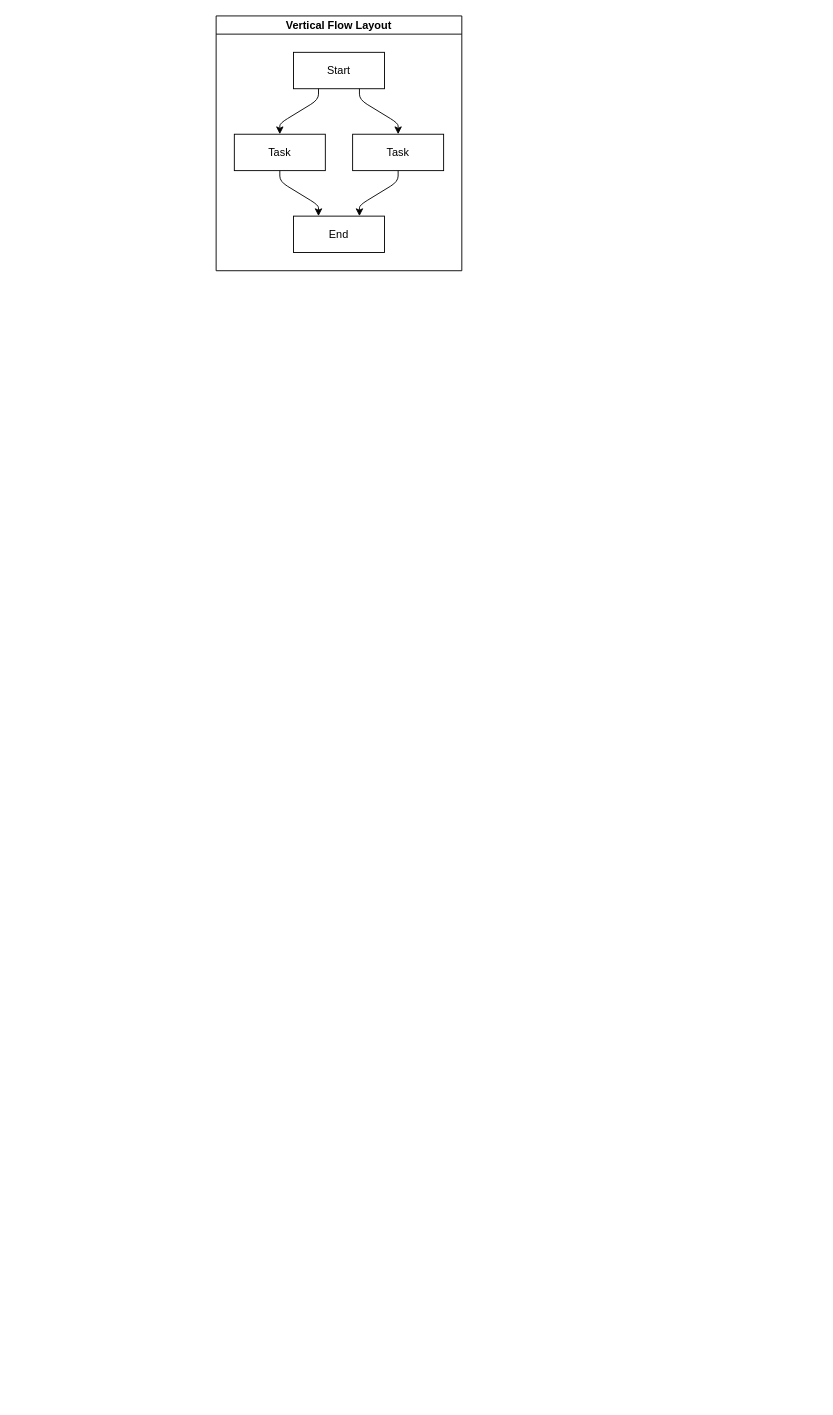
The draw.io diagram page "第 2 页" (2 of 2) of 1233344444.drawio in Quixote-Demo/demo, before the edit. Source tidied: cells renumbered, new cells numbered last; positions are measured from the earlier drawing's top-left corner, leaving out a move shared by most shapes. Both pictures are drawn from the tidied source at 91%, with x=0, y=0 at pixel (216, 15).
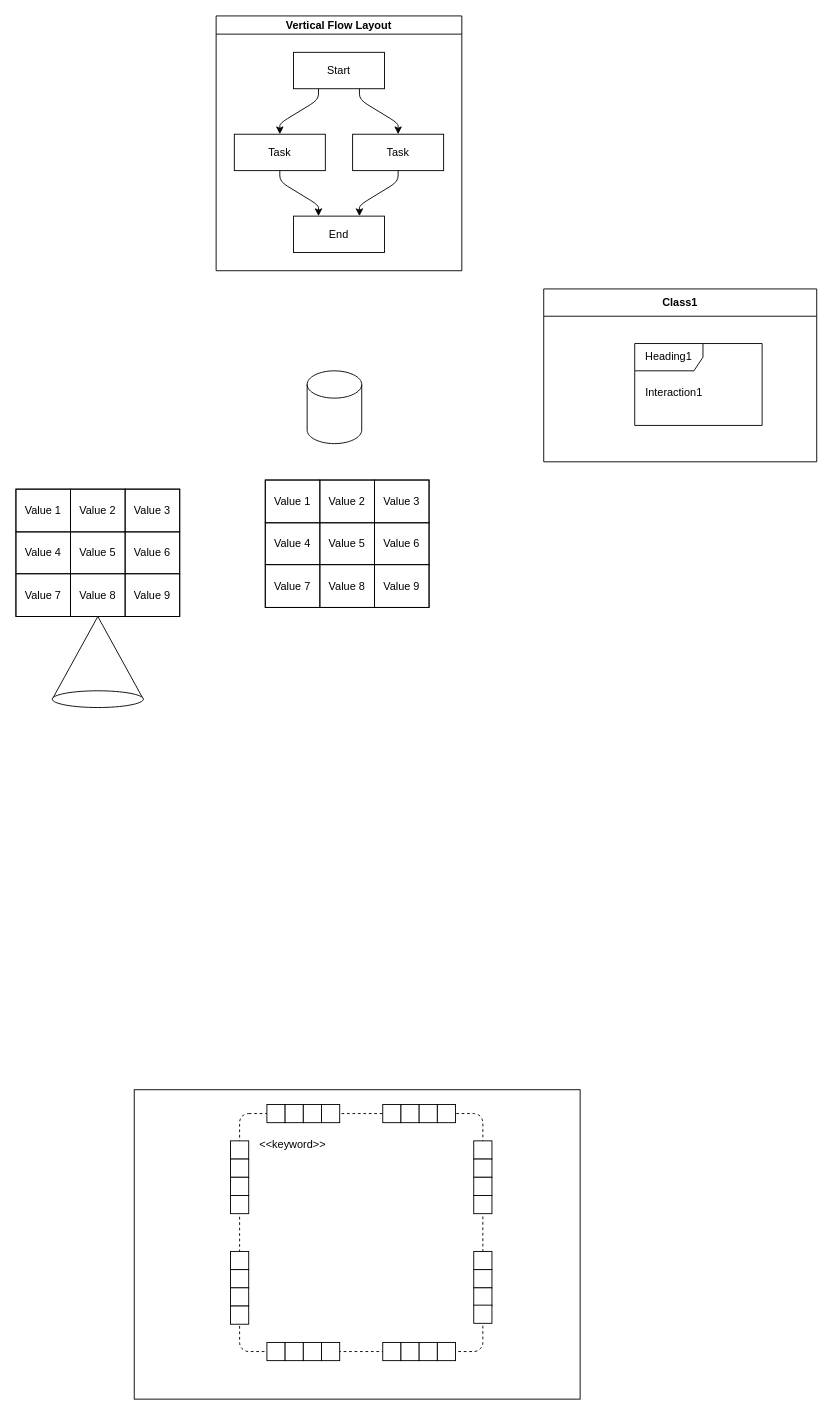
The same page after the edit.

Diff of the diagram source:
```diff
@@
+    <mxCell id="11" value="Class1" style="swimlane;fontStyle=1;align=center;horizontal=1;startSize=30;html=1;whiteSpace=wrap;" parent="1" vertex="1">
+      <mxGeometry x="360" y="300" width="300" height="190" as="geometry" />
+    </mxCell>
+    <mxCell id="12" value="Heading1" style="shape=umlFrame;whiteSpace=wrap;html=1;width=75;height=30;" parent="11" vertex="1">
+      <mxGeometry width="140" height="90" relative="1" as="geometry">
+        <mxPoint x="100" y="60" as="offset" />
+      </mxGeometry>
+    </mxCell>
+    <mxCell id="13" value="Interaction1" style="text;align=left;html=1;" parent="12" vertex="1">
+      <mxGeometry width="100" height="20" relative="1" as="geometry">
+        <mxPoint x="10" y="40" as="offset" />
+      </mxGeometry>
+    </mxCell>
+    <mxCell id="14" style="childLayout=tableLayout;shadow=0;fillColor=none;" parent="1" vertex="1">
+      <mxGeometry x="54" y="510" width="180" height="140" as="geometry" />
+    </mxCell>
+    <mxCell id="15" style="shape=tableRow;horizontal=0;startSize=0;swimlaneHead=0;swimlaneBody=0;top=0;left=0;bottom=0;right=0;fontStyle=0;fillColor=none;strokeColor=inherit;" parent="14" vertex="1">
+      <mxGeometry width="180" height="47" as="geometry" />
+    </mxCell>
+    <mxCell id="16" value="Value 1" style="strokeColor=inherit;fillColor=none;align=center;whiteSpace=wrap;html=1;" parent="15" vertex="1">
+      <mxGeometry width="60" height="47" as="geometry" />
+    </mxCell>
+    <mxCell id="17" value="Value 2" style="strokeColor=inherit;fillColor=none;align=center;whiteSpace=wrap;html=1;" parent="15" vertex="1">
+      <mxGeometry x="60" width="60" height="47" as="geometry" />
+    </mxCell>
+    <mxCell id="18" value="Value 3" style="strokeColor=inherit;fillColor=none;align=center;whiteSpace=wrap;html=1;" parent="15" vertex="1">
+      <mxGeometry x="120" width="60" height="47" as="geometry" />
+    </mxCell>
+    <mxCell id="19" style="shape=tableRow;horizontal=0;startSize=0;swimlaneHead=0;swimlaneBody=0;top=0;left=0;bottom=0;right=0;fontStyle=0;fillColor=none;strokeColor=inherit;" parent="14" vertex="1">
+      <mxGeometry y="47" width="180" height="46" as="geometry" />
+    </mxCell>
+    <mxCell id="20" value="Value 4" style="strokeColor=inherit;fillColor=none;align=center;whiteSpace=wrap;html=1;" parent="19" vertex="1">
+      <mxGeometry width="60" height="46" as="geometry" />
+    </mxCell>
+    <mxCell id="21" value="Value 5" style="strokeColor=inherit;fillColor=none;align=center;whiteSpace=wrap;html=1;" parent="19" vertex="1">
+      <mxGeometry x="60" width="60" height="46" as="geometry" />
+    </mxCell>
+    <mxCell id="22" value="Value 6" style="strokeColor=inherit;fillColor=none;align=center;whiteSpace=wrap;html=1;" parent="19" vertex="1">
+      <mxGeometry x="120" width="60" height="46" as="geometry" />
+    </mxCell>
+    <mxCell id="23" style="shape=tableRow;horizontal=0;startSize=0;swimlaneHead=0;swimlaneBody=0;top=0;left=0;bottom=0;right=0;fontStyle=0;fillColor=none;strokeColor=inherit;" parent="14" vertex="1">
+      <mxGeometry y="93" width="180" height="47" as="geometry" />
+    </mxCell>
+    <mxCell id="24" value="Value 7" style="strokeColor=inherit;fillColor=none;align=center;whiteSpace=wrap;html=1;" parent="23" vertex="1">
+      <mxGeometry width="60" height="47" as="geometry" />
+    </mxCell>
+    <mxCell id="25" value="Value 8" style="strokeColor=inherit;fillColor=none;align=center;whiteSpace=wrap;html=1;" parent="23" vertex="1">
+      <mxGeometry x="60" width="60" height="47" as="geometry" />
+    </mxCell>
+    <mxCell id="26" value="Value 9" style="strokeColor=inherit;fillColor=none;align=center;whiteSpace=wrap;html=1;" parent="23" vertex="1">
+      <mxGeometry x="120" width="60" height="47" as="geometry" />
+    </mxCell>
+    <mxCell id="27" style="shape=cylinder3;whiteSpace=wrap;html=1;boundedLbl=1;backgroundOutline=1;size=15;" parent="1" vertex="1">
+      <mxGeometry x="100" y="390" width="60" height="80" as="geometry" />
+    </mxCell>
+    <mxCell id="28" style="childLayout=tableLayout;shadow=0;fillColor=none;" parent="1" vertex="1">
+      <mxGeometry x="-220" y="520" width="180" height="140" as="geometry" />
+    </mxCell>
+    <mxCell id="29" style="shape=tableRow;horizontal=0;startSize=0;swimlaneHead=0;swimlaneBody=0;top=0;left=0;bottom=0;right=0;fontStyle=0;fillColor=none;strokeColor=inherit;" parent="28" vertex="1">
+      <mxGeometry width="180" height="47" as="geometry" />
+    </mxCell>
+    <mxCell id="30" value="Value 1" style="strokeColor=inherit;fillColor=none;align=center;whiteSpace=wrap;html=1;" parent="29" vertex="1">
+      <mxGeometry width="60" height="47" as="geometry" />
+    </mxCell>
+    <mxCell id="31" value="Value 2" style="strokeColor=inherit;fillColor=none;align=center;whiteSpace=wrap;html=1;" parent="29" vertex="1">
+      <mxGeometry x="60" width="60" height="47" as="geometry" />
+    </mxCell>
+    <mxCell id="32" value="Value 3" style="strokeColor=inherit;fillColor=none;align=center;whiteSpace=wrap;html=1;" parent="29" vertex="1">
+      <mxGeometry x="120" width="60" height="47" as="geometry" />
+    </mxCell>
+    <mxCell id="33" style="shape=tableRow;horizontal=0;startSize=0;swimlaneHead=0;swimlaneBody=0;top=0;left=0;bottom=0;right=0;fontStyle=0;fillColor=none;strokeColor=inherit;" parent="28" vertex="1">
+      <mxGeometry y="47" width="180" height="46" as="geometry" />
+    </mxCell>
+    <mxCell id="34" value="Value 4" style="strokeColor=inherit;fillColor=none;align=center;whiteSpace=wrap;html=1;" parent="33" vertex="1">
+      <mxGeometry width="60" height="46" as="geometry" />
+    </mxCell>
+    <mxCell id="35" value="Value 5" style="strokeColor=inherit;fillColor=none;align=center;whiteSpace=wrap;html=1;" parent="33" vertex="1">
+      <mxGeometry x="60" width="60" height="46" as="geometry" />
+    </mxCell>
+    <mxCell id="36" value="Value 6" style="strokeColor=inherit;fillColor=none;align=center;whiteSpace=wrap;html=1;" parent="33" vertex="1">
+      <mxGeometry x="120" width="60" height="46" as="geometry" />
+    </mxCell>
+    <mxCell id="37" style="shape=tableRow;horizontal=0;startSize=0;swimlaneHead=0;swimlaneBody=0;top=0;left=0;bottom=0;right=0;fontStyle=0;fillColor=none;strokeColor=inherit;" parent="28" vertex="1">
+      <mxGeometry y="93" width="180" height="47" as="geometry" />
+    </mxCell>
+    <mxCell id="38" value="Value 7" style="strokeColor=inherit;fillColor=none;align=center;whiteSpace=wrap;html=1;" parent="37" vertex="1">
+      <mxGeometry width="60" height="47" as="geometry" />
+    </mxCell>
+    <mxCell id="39" value="Value 8" style="strokeColor=inherit;fillColor=none;align=center;whiteSpace=wrap;html=1;" parent="37" vertex="1">
+      <mxGeometry x="60" width="60" height="47" as="geometry" />
+    </mxCell>
+    <mxCell id="40" value="Value 9" style="strokeColor=inherit;fillColor=none;align=center;whiteSpace=wrap;html=1;" parent="37" vertex="1">
+      <mxGeometry x="120" width="60" height="47" as="geometry" />
+    </mxCell>
+    <mxCell id="41" style="verticalLabelPosition=bottom;verticalAlign=top;html=1;shape=mxgraph.basic.cone;" parent="1" vertex="1">
+      <mxGeometry x="-180" y="660" width="100" height="100" as="geometry" />
+    </mxCell>
+    <mxCell id="42" style="whiteSpace=wrap;html=1;" parent="1" vertex="1">
+      <mxGeometry x="-90" y="1180" width="490" height="340" as="geometry" />
+    </mxCell>
+    <mxCell id="43" value="&amp;lt;&amp;lt;keyword&amp;gt;&amp;gt;" style="html=1;dashed=1;rounded=1;absoluteArcSize=1;arcSize=20;verticalAlign=top;align=left;spacingTop=20;spacingLeft=20;whiteSpace=wrap;" parent="42" vertex="1">
+      <mxGeometry x="115.8" y="26.2" width="267.3" height="261.5" as="geometry" />
+    </mxCell>
+    <mxCell id="44" style="group;" parent="43" vertex="1">
+      <mxGeometry width="80" height="20" relative="1" as="geometry">
+        <mxPoint x="30" y="-10" as="offset" />
+      </mxGeometry>
+    </mxCell>
+    <mxCell id="45" style="html=1;" parent="44" vertex="1">
+      <mxGeometry width="20" height="20" relative="1" as="geometry" />
+    </mxCell>
+    <mxCell id="46" style="html=1;" parent="44" vertex="1">
+      <mxGeometry width="20" height="20" relative="1" as="geometry">
+        <mxPoint x="20" as="offset" />
+      </mxGeometry>
+    </mxCell>
+    <mxCell id="47" style="html=1;" parent="44" vertex="1">
+      <mxGeometry width="20" height="20" relative="1" as="geometry">
+        <mxPoint x="40" as="offset" />
+      </mxGeometry>
+    </mxCell>
+    <mxCell id="48" style="html=1;" parent="44" vertex="1">
+      <mxGeometry width="20" height="20" relative="1" as="geometry">
+        <mxPoint x="60" as="offset" />
+      </mxGeometry>
+    </mxCell>
+    <mxCell id="49" style="group;" parent="43" vertex="1">
+      <mxGeometry x="1" width="80" height="20" relative="1" as="geometry">
+        <mxPoint x="-110" y="-10" as="offset" />
+      </mxGeometry>
+    </mxCell>
+    <mxCell id="50" style="html=1;" parent="49" vertex="1">
+      <mxGeometry width="20" height="20" relative="1" as="geometry" />
+    </mxCell>
+    <mxCell id="51" style="html=1;" parent="49" vertex="1">
+      <mxGeometry width="20" height="20" relative="1" as="geometry">
+        <mxPoint x="20" as="offset" />
+      </mxGeometry>
+    </mxCell>
+    <mxCell id="52" style="html=1;" parent="49" vertex="1">
+      <mxGeometry width="20" height="20" relative="1" as="geometry">
+        <mxPoint x="40" as="offset" />
+      </mxGeometry>
+    </mxCell>
+    <mxCell id="53" style="html=1;" parent="49" vertex="1">
+      <mxGeometry width="20" height="20" relative="1" as="geometry">
+        <mxPoint x="60" as="offset" />
+      </mxGeometry>
+    </mxCell>
+    <mxCell id="54" style="group;" parent="43" vertex="1">
+      <mxGeometry y="1" width="80" height="20" relative="1" as="geometry">
+        <mxPoint x="30" y="-10" as="offset" />
+      </mxGeometry>
+    </mxCell>
+    <mxCell id="55" style="html=1;" parent="54" vertex="1">
+      <mxGeometry width="20" height="20" relative="1" as="geometry" />
+    </mxCell>
+    <mxCell id="56" style="html=1;" parent="54" vertex="1">
+      <mxGeometry width="20" height="20" relative="1" as="geometry">
+        <mxPoint x="20" as="offset" />
+      </mxGeometry>
+    </mxCell>
+    <mxCell id="57" style="html=1;" parent="54" vertex="1">
+      <mxGeometry width="20" height="20" relative="1" as="geometry">
+        <mxPoint x="40" as="offset" />
+      </mxGeometry>
+    </mxCell>
+    <mxCell id="58" style="html=1;" parent="54" vertex="1">
+      <mxGeometry width="20" height="20" relative="1" as="geometry">
+        <mxPoint x="60" as="offset" />
+      </mxGeometry>
+    </mxCell>
+    <mxCell id="59" style="group;html=1;" parent="43" vertex="1">
+      <mxGeometry x="1" y="1" width="80" height="20" relative="1" as="geometry">
+        <mxPoint x="-110" y="-10" as="offset" />
+      </mxGeometry>
+    </mxCell>
+    <mxCell id="60" style="html=1;" parent="59" vertex="1">
+      <mxGeometry width="20" height="20" relative="1" as="geometry" />
+    </mxCell>
+    <mxCell id="61" style="html=1;" parent="59" vertex="1">
+      <mxGeometry width="20" height="20" relative="1" as="geometry">
+        <mxPoint x="20" as="offset" />
+      </mxGeometry>
+    </mxCell>
+    <mxCell id="62" style="html=1;" parent="59" vertex="1">
+      <mxGeometry width="20" height="20" relative="1" as="geometry">
+        <mxPoint x="40" as="offset" />
+      </mxGeometry>
+    </mxCell>
+    <mxCell id="63" style="html=1;" parent="59" vertex="1">
+      <mxGeometry width="20" height="20" relative="1" as="geometry">
+        <mxPoint x="60" as="offset" />
+      </mxGeometry>
+    </mxCell>
+    <mxCell id="64" style="group;" parent="43" vertex="1">
+      <mxGeometry width="20" height="80" relative="1" as="geometry">
+        <mxPoint x="-10" y="30" as="offset" />
+      </mxGeometry>
+    </mxCell>
+    <mxCell id="65" style="html=1;" parent="64" vertex="1">
+      <mxGeometry width="20" height="20" relative="1" as="geometry" />
+    </mxCell>
+    <mxCell id="66" style="html=1;" parent="64" vertex="1">
+      <mxGeometry width="20" height="20" relative="1" as="geometry">
+        <mxPoint y="20" as="offset" />
+      </mxGeometry>
+    </mxCell>
+    <mxCell id="67" style="html=1;" parent="64" vertex="1">
+      <mxGeometry width="20" height="20" relative="1" as="geometry">
+        <mxPoint y="40" as="offset" />
+      </mxGeometry>
+    </mxCell>
+    <mxCell id="68" style="html=1;" parent="64" vertex="1">
+      <mxGeometry width="20" height="20" relative="1" as="geometry">
+        <mxPoint y="60" as="offset" />
+      </mxGeometry>
+    </mxCell>
+    <mxCell id="69" style="group;" parent="43" vertex="1">
+      <mxGeometry y="1" width="20" height="80" relative="1" as="geometry">
+        <mxPoint x="-10" y="-110" as="offset" />
+      </mxGeometry>
+    </mxCell>
+    <mxCell id="70" style="html=1;" parent="69" vertex="1">
+      <mxGeometry width="20" height="20" relative="1" as="geometry" />
+    </mxCell>
+    <mxCell id="71" style="html=1;" parent="69" vertex="1">
+      <mxGeometry width="20" height="20" relative="1" as="geometry">
+        <mxPoint y="20" as="offset" />
+      </mxGeometry>
+    </mxCell>
+    <mxCell id="72" style="html=1;" parent="69" vertex="1">
+      <mxGeometry width="20" height="20" relative="1" as="geometry">
+        <mxPoint y="40" as="offset" />
+      </mxGeometry>
+    </mxCell>
+    <mxCell id="73" style="html=1;" parent="69" vertex="1">
+      <mxGeometry width="20" height="20" relative="1" as="geometry">
+        <mxPoint y="60" as="offset" />
+      </mxGeometry>
+    </mxCell>
+    <mxCell id="74" style="group;" parent="43" vertex="1">
+      <mxGeometry x="1" width="20" height="80" relative="1" as="geometry">
+        <mxPoint x="-10" y="30" as="offset" />
+      </mxGeometry>
+    </mxCell>
+    <mxCell id="75" style="html=1;" parent="74" vertex="1">
+      <mxGeometry width="20" height="20" relative="1" as="geometry" />
+    </mxCell>
+    <mxCell id="76" style="html=1;" parent="74" vertex="1">
+      <mxGeometry width="20" height="20" relative="1" as="geometry">
+        <mxPoint y="20" as="offset" />
+      </mxGeometry>
+    </mxCell>
+    <mxCell id="77" style="html=1;" parent="74" vertex="1">
+      <mxGeometry width="20" height="20" relative="1" as="geometry">
+        <mxPoint y="40" as="offset" />
+      </mxGeometry>
+    </mxCell>
+    <mxCell id="78" style="html=1;" parent="74" vertex="1">
+      <mxGeometry width="20" height="20" relative="1" as="geometry">
+        <mxPoint y="60" as="offset" />
+      </mxGeometry>
+    </mxCell>
+    <mxCell id="79" style="group;" parent="43" vertex="1">
+      <mxGeometry x="1" y="1" width="20" height="80" relative="1" as="geometry">
+        <mxPoint x="-10" y="-110" as="offset" />
+      </mxGeometry>
+    </mxCell>
+    <mxCell id="80" style="html=1;" parent="79" vertex="1">
+      <mxGeometry width="20" height="20" relative="1" as="geometry" />
+    </mxCell>
+    <mxCell id="81" style="html=1;" parent="79" vertex="1">
+      <mxGeometry width="20" height="20" relative="1" as="geometry">
+        <mxPoint y="20" as="offset" />
+      </mxGeometry>
+    </mxCell>
+    <mxCell id="82" style="html=1;" parent="79" vertex="1">
+      <mxGeometry width="20" height="20" relative="1" as="geometry">
+        <mxPoint y="40" as="offset" />
+      </mxGeometry>
+    </mxCell>
+    <mxCell id="83" style="html=1;" parent="79" vertex="1">
+      <mxGeometry width="20" height="20" relative="1" as="geometry">
+        <mxPoint y="59" as="offset" />
+      </mxGeometry>
+    </mxCell>
```
